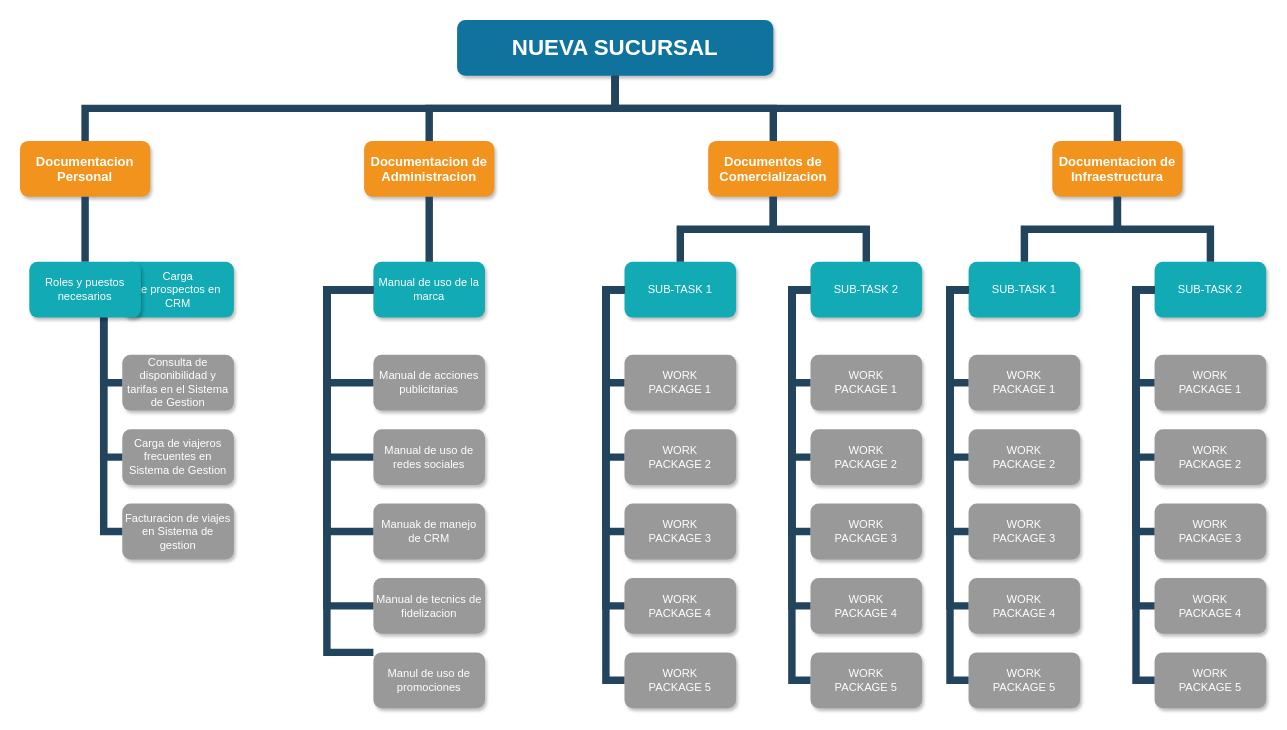
Earlier version of the draw.io diagram Untitled Diagram.drawio (spawn1978/teclab). Source tidied: cells renumbered, new cells numbered last; positions are measured from the earlier drawing's top-left corner, leaving out a move shared by most shapes. Both pictures are drawn from the tidied source at 93%, with x=0, y=0 at pixel (20, 20).
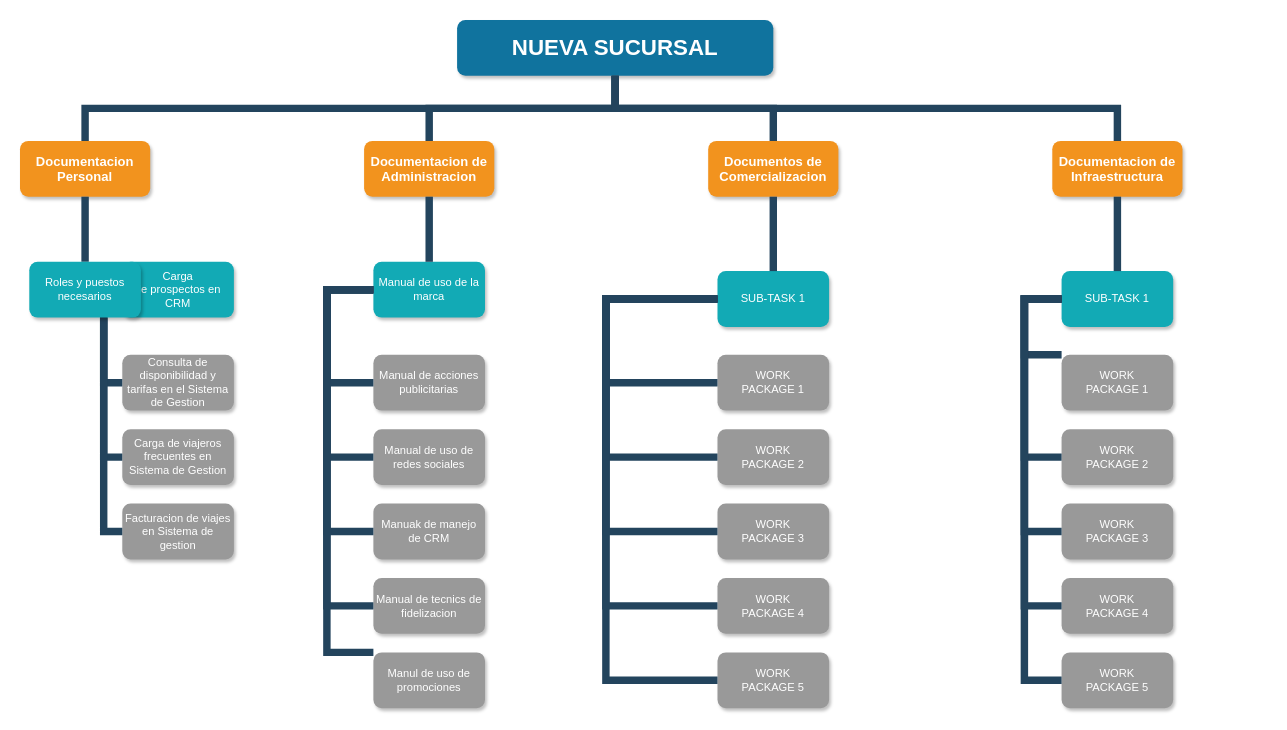
Above is the later version.

The change refers to these unchanged cells:
```xml
<mxCell id="5" value="Documentos de Comercializacion" style="whiteSpace=wrap;rounded=1;fillColor=#F2931E;strokeColor=none;shadow=1;fontColor=#FFFFFF;fontStyle=1;fontSize=14;" parent="1" vertex="1">
  <mxGeometry x="740" y="130" width="140" height="60" as="geometry" />
</mxCell>
<mxCell id="6" value="Documentacion de Infraestructura" style="whiteSpace=wrap;rounded=1;fillColor=#F2931E;strokeColor=none;shadow=1;fontColor=#FFFFFF;fontStyle=1;fontSize=14;" parent="1" vertex="1">
  <mxGeometry x="1110" y="130" width="140" height="60" as="geometry" />
</mxCell>
```

The edit, as a diff of the source:
```diff
@@
     <mxCell id="27" value="SUB-TASK 1" style="whiteSpace=wrap;rounded=1;fillColor=#12AAB5;strokeColor=none;shadow=1;fontColor=#FFFFFF;" parent="1" vertex="1">
-      <mxGeometry x="650" y="260" width="120" height="60" as="geometry" />
+      <mxGeometry x="750" y="270" width="120" height="60" as="geometry" />
     </mxCell>
-    <mxCell id="28" value="SUB-TASK 2" style="whiteSpace=wrap;rounded=1;fillColor=#12AAB5;strokeColor=none;shadow=1;fontColor=#FFFFFF;" parent="1" vertex="1">
-      <mxGeometry x="850" y="260" width="120" height="60" as="geometry" />
-    </mxCell>
     <mxCell id="29" value="WORK&#10;PACKAGE 1" style="whiteSpace=wrap;rounded=1;fillColor=#999999;strokeColor=none;shadow=1;fontColor=#FFFFFF;fontStyle=0;" parent="1" vertex="1">
-      <mxGeometry x="650" y="360" width="120" height="60" as="geometry" />
+      <mxGeometry x="750" y="360" width="120" height="60" as="geometry" />
     </mxCell>
     <mxCell id="30" value="WORK&#10;PACKAGE 2" style="whiteSpace=wrap;rounded=1;fillColor=#999999;strokeColor=none;shadow=1;fontColor=#FFFFFF;fontStyle=0;" parent="1" vertex="1">
-      <mxGeometry x="650" y="440" width="120" height="60" as="geometry" />
+      <mxGeometry x="750" y="440" width="120" height="60" as="geometry" />
     </mxCell>
     <mxCell id="31" value="WORK&#10;PACKAGE 3" style="whiteSpace=wrap;rounded=1;fillColor=#999999;strokeColor=none;shadow=1;fontColor=#FFFFFF;fontStyle=0;" parent="1" vertex="1">
-      <mxGeometry x="650" y="520" width="120" height="60" as="geometry" />
+      <mxGeometry x="750" y="520" width="120" height="60" as="geometry" />
     </mxCell>
     <mxCell id="32" value="WORK&#10;PACKAGE 4" style="whiteSpace=wrap;rounded=1;fillColor=#999999;strokeColor=none;shadow=1;fontColor=#FFFFFF;fontStyle=0;" parent="1" vertex="1">
-      <mxGeometry x="650" y="600" width="120" height="60" as="geometry" />
+      <mxGeometry x="750" y="600" width="120" height="60" as="geometry" />
     </mxCell>
     <mxCell id="33" value="WORK&#10;PACKAGE 5" style="whiteSpace=wrap;rounded=1;fillColor=#999999;strokeColor=none;shadow=1;fontColor=#FFFFFF;fontStyle=0;" parent="1" vertex="1">
-      <mxGeometry x="650" y="680" width="120" height="60" as="geometry" />
+      <mxGeometry x="750" y="680" width="120" height="60" as="geometry" />
     </mxCell>
-    <mxCell id="34" value="WORK&#10;PACKAGE 1" style="whiteSpace=wrap;rounded=1;fillColor=#999999;strokeColor=none;shadow=1;fontColor=#FFFFFF;fontStyle=0;" parent="1" vertex="1">
-      <mxGeometry x="850" y="360" width="120" height="60" as="geometry" />
-    </mxCell>
-    <mxCell id="35" value="WORK&#10;PACKAGE 2" style="whiteSpace=wrap;rounded=1;fillColor=#999999;strokeColor=none;shadow=1;fontColor=#FFFFFF;fontStyle=0;" parent="1" vertex="1">
-      <mxGeometry x="850" y="440" width="120" height="60" as="geometry" />
-    </mxCell>
-    <mxCell id="36" value="WORK&#10;PACKAGE 3" style="whiteSpace=wrap;rounded=1;fillColor=#999999;strokeColor=none;shadow=1;fontColor=#FFFFFF;fontStyle=0;" parent="1" vertex="1">
-      <mxGeometry x="850" y="520" width="120" height="60" as="geometry" />
-    </mxCell>
-    <mxCell id="37" value="WORK&#10;PACKAGE 4" style="whiteSpace=wrap;rounded=1;fillColor=#999999;strokeColor=none;shadow=1;fontColor=#FFFFFF;fontStyle=0;" parent="1" vertex="1">
-      <mxGeometry x="850" y="600" width="120" height="60" as="geometry" />
-    </mxCell>
-    <mxCell id="38" value="WORK&#10;PACKAGE 5" style="whiteSpace=wrap;rounded=1;fillColor=#999999;strokeColor=none;shadow=1;fontColor=#FFFFFF;fontStyle=0;" parent="1" vertex="1">
-      <mxGeometry x="850" y="680" width="120" height="60" as="geometry" />
-    </mxCell>
@@
-    <mxCell id="44" style="edgeStyle=elbowEdgeStyle;elbow=horizontal;rounded=0;fontColor=#000000;endArrow=none;endFill=0;strokeWidth=8;strokeColor=#23445D;" parent="1" edge="1" source="28" target="34">
-      <mxGeometry relative="1" as="geometry">
-        <Array as="points">
-          <mxPoint x="830" y="340" />
-        </Array>
-      </mxGeometry>
-    </mxCell>
-    <mxCell id="45" style="edgeStyle=elbowEdgeStyle;elbow=horizontal;rounded=0;fontColor=#000000;endArrow=none;endFill=0;strokeWidth=8;strokeColor=#23445D;" parent="1" edge="1" source="28" target="35">
-      <mxGeometry relative="1" as="geometry">
-        <Array as="points">
-          <mxPoint x="830" y="380" />
-        </Array>
-      </mxGeometry>
-    </mxCell>
-    <mxCell id="46" style="edgeStyle=elbowEdgeStyle;elbow=horizontal;rounded=0;fontColor=#000000;endArrow=none;endFill=0;strokeWidth=8;strokeColor=#23445D;" parent="1" edge="1" source="28" target="38">
-      <mxGeometry relative="1" as="geometry">
-        <Array as="points">
-          <mxPoint x="830" y="500" />
-        </Array>
-      </mxGeometry>
-    </mxCell>
-    <mxCell id="47" style="edgeStyle=elbowEdgeStyle;elbow=horizontal;rounded=0;fontColor=#000000;endArrow=none;endFill=0;strokeWidth=8;strokeColor=#23445D;" parent="1" edge="1" source="28" target="37">
-      <mxGeometry relative="1" as="geometry">
-        <Array as="points">
-          <mxPoint x="830" y="460" />
-        </Array>
-      </mxGeometry>
-    </mxCell>
-    <mxCell id="48" style="edgeStyle=elbowEdgeStyle;elbow=horizontal;rounded=0;fontColor=#000000;endArrow=none;endFill=0;strokeWidth=8;strokeColor=#23445D;" parent="1" edge="1" source="28" target="36">
-      <mxGeometry relative="1" as="geometry">
-        <Array as="points">
-          <mxPoint x="830" y="430" />
-        </Array>
-      </mxGeometry>
-    </mxCell>
     <mxCell id="49" value="SUB-TASK 1" style="whiteSpace=wrap;rounded=1;fillColor=#12AAB5;strokeColor=none;shadow=1;fontColor=#FFFFFF;" parent="1" vertex="1">
-      <mxGeometry x="1020" y="260" width="120" height="60" as="geometry" />
+      <mxGeometry x="1120" y="270" width="120" height="60" as="geometry" />
     </mxCell>
-    <mxCell id="50" value="SUB-TASK 2" style="whiteSpace=wrap;rounded=1;fillColor=#12AAB5;strokeColor=none;shadow=1;fontColor=#FFFFFF;" parent="1" vertex="1">
-      <mxGeometry x="1220" y="260" width="120" height="60" as="geometry" />
-    </mxCell>
     <mxCell id="51" value="WORK&#10;PACKAGE 1" style="whiteSpace=wrap;rounded=1;fillColor=#999999;strokeColor=none;shadow=1;fontColor=#FFFFFF;fontStyle=0;" parent="1" vertex="1">
-      <mxGeometry x="1020" y="360" width="120" height="60" as="geometry" />
+      <mxGeometry x="1120" y="360" width="120" height="60" as="geometry" />
     </mxCell>
     <mxCell id="52" value="WORK&#10;PACKAGE 2" style="whiteSpace=wrap;rounded=1;fillColor=#999999;strokeColor=none;shadow=1;fontColor=#FFFFFF;fontStyle=0;" parent="1" vertex="1">
-      <mxGeometry x="1020" y="440" width="120" height="60" as="geometry" />
+      <mxGeometry x="1120" y="440" width="120" height="60" as="geometry" />
     </mxCell>
     <mxCell id="53" value="WORK&#10;PACKAGE 3" style="whiteSpace=wrap;rounded=1;fillColor=#999999;strokeColor=none;shadow=1;fontColor=#FFFFFF;fontStyle=0;" parent="1" vertex="1">
-      <mxGeometry x="1020" y="520" width="120" height="60" as="geometry" />
+      <mxGeometry x="1120" y="520" width="120" height="60" as="geometry" />
     </mxCell>
     <mxCell id="54" value="WORK&#10;PACKAGE 4" style="whiteSpace=wrap;rounded=1;fillColor=#999999;strokeColor=none;shadow=1;fontColor=#FFFFFF;fontStyle=0;" parent="1" vertex="1">
-      <mxGeometry x="1020" y="600" width="120" height="60" as="geometry" />
+      <mxGeometry x="1120" y="600" width="120" height="60" as="geometry" />
     </mxCell>
     <mxCell id="55" value="WORK&#10;PACKAGE 5" style="whiteSpace=wrap;rounded=1;fillColor=#999999;strokeColor=none;shadow=1;fontColor=#FFFFFF;fontStyle=0;" parent="1" vertex="1">
-      <mxGeometry x="1020" y="680" width="120" height="60" as="geometry" />
+      <mxGeometry x="1120" y="680" width="120" height="60" as="geometry" />
     </mxCell>
-    <mxCell id="56" value="WORK&#10;PACKAGE 1" style="whiteSpace=wrap;rounded=1;fillColor=#999999;strokeColor=none;shadow=1;fontColor=#FFFFFF;fontStyle=0;" parent="1" vertex="1">
-      <mxGeometry x="1220" y="360" width="120" height="60" as="geometry" />
-    </mxCell>
-    <mxCell id="57" value="WORK&#10;PACKAGE 2" style="whiteSpace=wrap;rounded=1;fillColor=#999999;strokeColor=none;shadow=1;fontColor=#FFFFFF;fontStyle=0;" parent="1" vertex="1">
-      <mxGeometry x="1220" y="440" width="120" height="60" as="geometry" />
-    </mxCell>
-    <mxCell id="58" value="WORK&#10;PACKAGE 3" style="whiteSpace=wrap;rounded=1;fillColor=#999999;strokeColor=none;shadow=1;fontColor=#FFFFFF;fontStyle=0;" parent="1" vertex="1">
-      <mxGeometry x="1220" y="520" width="120" height="60" as="geometry" />
-    </mxCell>
-    <mxCell id="59" value="WORK&#10;PACKAGE 4" style="whiteSpace=wrap;rounded=1;fillColor=#999999;strokeColor=none;shadow=1;fontColor=#FFFFFF;fontStyle=0;" parent="1" vertex="1">
-      <mxGeometry x="1220" y="600" width="120" height="60" as="geometry" />
-    </mxCell>
-    <mxCell id="60" value="WORK&#10;PACKAGE 5" style="whiteSpace=wrap;rounded=1;fillColor=#999999;strokeColor=none;shadow=1;fontColor=#FFFFFF;fontStyle=0;" parent="1" vertex="1">
-      <mxGeometry x="1220" y="680" width="120" height="60" as="geometry" />
-    </mxCell>
     <mxCell id="61" style="edgeStyle=elbowEdgeStyle;elbow=horizontal;rounded=0;fontColor=#000000;endArrow=none;endFill=0;strokeWidth=8;strokeColor=#23445D;" parent="1" edge="1" source="49" target="51">
       <mxGeometry relative="1" as="geometry">
         <Array as="points">
+          <mxPoint x="1080" y="360" />
           <mxPoint x="1000" y="340" />
         </Array>
       </mxGeometry>
     </mxCell>
     <mxCell id="62" style="edgeStyle=elbowEdgeStyle;elbow=horizontal;rounded=0;fontColor=#000000;endArrow=none;endFill=0;strokeWidth=8;strokeColor=#23445D;" parent="1" edge="1" source="49" target="52">
       <mxGeometry relative="1" as="geometry">
         <Array as="points">
+          <mxPoint x="1080" y="350" />
           <mxPoint x="1000" y="380" />
         </Array>
       </mxGeometry>
     </mxCell>
     <mxCell id="63" style="edgeStyle=elbowEdgeStyle;elbow=horizontal;rounded=0;fontColor=#000000;endArrow=none;endFill=0;strokeWidth=8;strokeColor=#23445D;" parent="1" edge="1" source="49" target="55">
       <mxGeometry relative="1" as="geometry">
         <Array as="points">
+          <mxPoint x="1080" y="670" />
+          <mxPoint x="1070" y="350" />
           <mxPoint x="1000" y="510" />
         </Array>
       </mxGeometry>
     </mxCell>
     <mxCell id="64" style="edgeStyle=elbowEdgeStyle;elbow=horizontal;rounded=0;fontColor=#000000;endArrow=none;endFill=0;strokeWidth=8;strokeColor=#23445D;" parent="1" edge="1" source="49" target="54">
       <mxGeometry relative="1" as="geometry">
         <Array as="points">
+          <mxPoint x="1080" y="420" />
           <mxPoint x="1000" y="460" />
         </Array>
       </mxGeometry>
     </mxCell>
     <mxCell id="65" style="edgeStyle=elbowEdgeStyle;elbow=horizontal;rounded=0;fontColor=#000000;endArrow=none;endFill=0;strokeWidth=8;strokeColor=#23445D;" parent="1" edge="1" source="49" target="53">
       <mxGeometry relative="1" as="geometry">
         <Array as="points">
+          <mxPoint x="1080" y="360" />
           <mxPoint x="1000" y="430" />
         </Array>
       </mxGeometry>
     </mxCell>
-    <mxCell id="66" style="edgeStyle=elbowEdgeStyle;elbow=horizontal;rounded=0;fontColor=#000000;endArrow=none;endFill=0;strokeWidth=8;strokeColor=#23445D;" parent="1" edge="1" source="50" target="56">
-      <mxGeometry relative="1" as="geometry">
-        <Array as="points">
-          <mxPoint x="1200" y="340" />
-        </Array>
-      </mxGeometry>
-    </mxCell>
-    <mxCell id="67" style="edgeStyle=elbowEdgeStyle;elbow=horizontal;rounded=0;fontColor=#000000;endArrow=none;endFill=0;strokeWidth=8;strokeColor=#23445D;" parent="1" edge="1" source="50" target="57">
-      <mxGeometry relative="1" as="geometry">
-        <Array as="points">
-          <mxPoint x="1200" y="380" />
-        </Array>
-      </mxGeometry>
-    </mxCell>
-    <mxCell id="68" style="edgeStyle=elbowEdgeStyle;elbow=horizontal;rounded=0;fontColor=#000000;endArrow=none;endFill=0;strokeWidth=8;strokeColor=#23445D;" parent="1" edge="1" source="50" target="60">
-      <mxGeometry relative="1" as="geometry">
-        <Array as="points">
-          <mxPoint x="1200" y="500" />
-        </Array>
-      </mxGeometry>
-    </mxCell>
-    <mxCell id="69" style="edgeStyle=elbowEdgeStyle;elbow=horizontal;rounded=0;fontColor=#000000;endArrow=none;endFill=0;strokeWidth=8;strokeColor=#23445D;" parent="1" edge="1" source="50" target="59">
-      <mxGeometry relative="1" as="geometry">
-        <Array as="points">
-          <mxPoint x="1200" y="460" />
-        </Array>
-      </mxGeometry>
-    </mxCell>
-    <mxCell id="70" style="edgeStyle=elbowEdgeStyle;elbow=horizontal;rounded=0;fontColor=#000000;endArrow=none;endFill=0;strokeWidth=8;strokeColor=#23445D;" parent="1" edge="1" source="50" target="58">
-      <mxGeometry relative="1" as="geometry">
-        <Array as="points">
-          <mxPoint x="1200" y="430" />
-        </Array>
-      </mxGeometry>
-    </mxCell>
@@
-    <mxCell id="72" style="edgeStyle=elbowEdgeStyle;elbow=vertical;rounded=0;fontColor=#000000;endArrow=none;endFill=0;strokeWidth=8;strokeColor=#23445D;" parent="1" edge="1" source="5" target="28">
-      <mxGeometry relative="1" as="geometry" />
-    </mxCell>
@@
-    <mxCell id="74" style="edgeStyle=elbowEdgeStyle;elbow=vertical;rounded=0;fontColor=#000000;endArrow=none;endFill=0;strokeWidth=8;strokeColor=#23445D;" parent="1" edge="1" source="6" target="50">
-      <mxGeometry relative="1" as="geometry" />
-    </mxCell>
```
